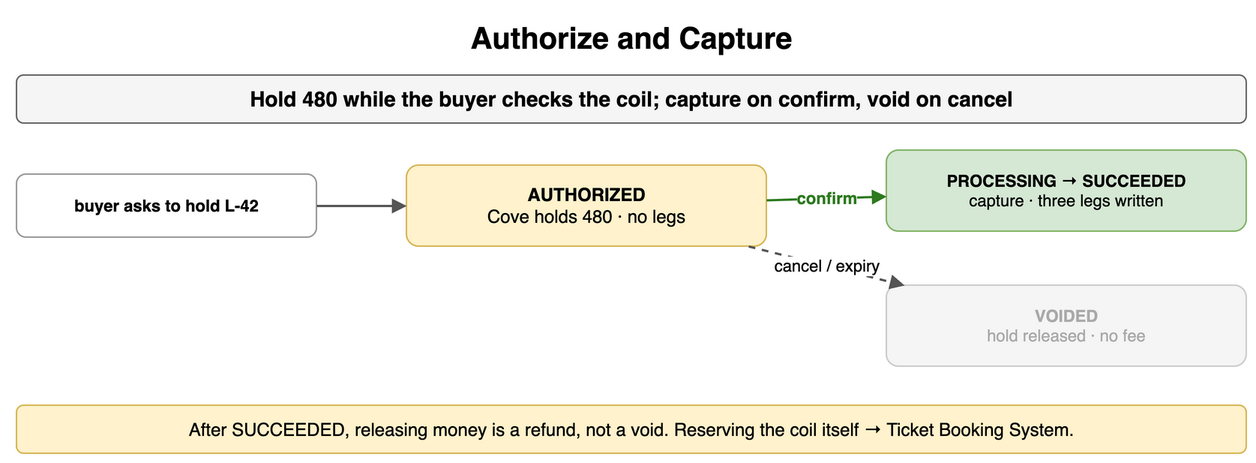
amendez13/swe-study-guide keeps this draw.io diagram as content/09_System_Design_Interview/23_Payment_and_Financial_Systems/diagrams/payments-7-authorize-and-capture.png. Above is the earlier version. Source tidied: cells renumbered, new cells last; positions are measured from the earlier drawing's top-left corner, leaving out a move shared by most shapes.
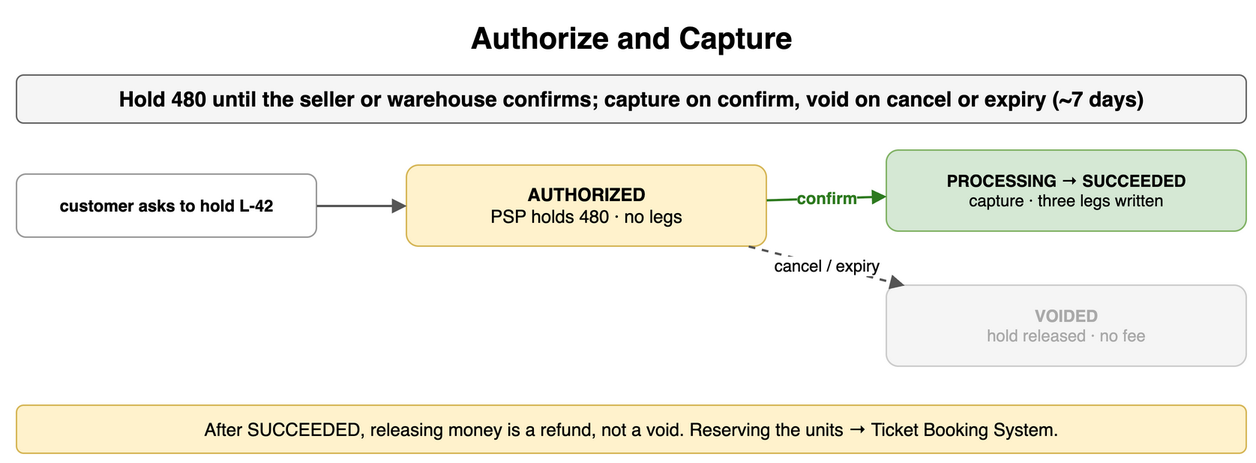
The same diagram one commit later.

Change to the diagram source:
```diff
@@ -5,10 +5,10 @@
     <mxCell id="2" value="Authorize and Capture" style="text;html=1;align=center;verticalAlign=middle;whiteSpace=wrap;fontSize=20;fontStyle=1;" parent="1" vertex="1">
       <mxGeometry width="820" height="30" as="geometry" />
     </mxCell>
-    <mxCell id="3" value="Hold 480 while the buyer checks the coil; capture on confirm, void on cancel" style="rounded=1;whiteSpace=wrap;html=1;fillColor=#f5f5f5;strokeColor=#666666;fontStyle=1;fontSize=14;" parent="1" vertex="1">
+    <mxCell id="3" value="Hold 480 until the seller or warehouse confirms; capture on confirm, void on cancel or expiry (~7 days)" style="rounded=1;whiteSpace=wrap;html=1;fillColor=#f5f5f5;strokeColor=#666666;fontStyle=1;fontSize=14;" parent="1" vertex="1">
       <mxGeometry y="40" width="820" height="32" as="geometry" />
     </mxCell>
-    <mxCell id="4" value="AUTHORIZED&lt;br&gt;&lt;span style='font-weight:normal'&gt;Cove holds 480 · no legs&lt;/span&gt;" style="rounded=1;whiteSpace=wrap;html=1;fillColor=#fff2cc;strokeColor=#d6b656;fontSize=12;align=center;fontStyle=1;" parent="1" vertex="1">
+    <mxCell id="4" value="AUTHORIZED&lt;br&gt;&lt;span style='font-weight:normal'&gt;PSP holds 480 · no legs&lt;/span&gt;" style="rounded=1;whiteSpace=wrap;html=1;fillColor=#fff2cc;strokeColor=#d6b656;fontSize=12;align=center;fontStyle=1;" parent="1" vertex="1">
       <mxGeometry x="260" y="100" width="240" height="54" as="geometry" />
     </mxCell>
     <mxCell id="5" value="PROCESSING → SUCCEEDED&lt;br&gt;&lt;span style='font-weight:normal'&gt;capture · three legs written&lt;/span&gt;" style="rounded=1;whiteSpace=wrap;html=1;fillColor=#d5e8d4;strokeColor=#82b366;fontSize=11;align=center;fontStyle=1;" parent="1" vertex="1">
@@ -17,7 +17,7 @@
     <mxCell id="6" value="VOIDED&lt;br&gt;&lt;span style='font-weight:normal'&gt;hold released · no fee&lt;/span&gt;" style="rounded=1;whiteSpace=wrap;html=1;fillColor=#f5f5f5;strokeColor=#cccccc;fontSize=11;align=center;fontStyle=1;fontColor=#aaaaaa;" parent="1" vertex="1">
       <mxGeometry x="580" y="180" width="240" height="54" as="geometry" />
     </mxCell>
-    <mxCell id="7" value="buyer asks to hold L-42" style="rounded=1;whiteSpace=wrap;html=1;fillColor=#ffffff;strokeColor=#999999;fontSize=11;align=center;fontStyle=1;" parent="1" vertex="1">
+    <mxCell id="7" value="customer asks to hold L-42" style="rounded=1;whiteSpace=wrap;html=1;fillColor=#ffffff;strokeColor=#999999;fontSize=11;align=center;fontStyle=1;" parent="1" vertex="1">
       <mxGeometry y="106" width="200" height="42" as="geometry" />
     </mxCell>
     <mxCell id="8" style="endArrow=block;endSize=6;html=1;strokeWidth=1.5;strokeColor=#555555;fontSize=11;labelBackgroundColor=#ffffff;" parent="1" edge="1" source="7" target="4">
@@ -29,7 +29,7 @@
     <mxCell id="10" value="cancel / expiry" style="endArrow=block;endSize=6;html=1;strokeWidth=1.5;strokeColor=#555555;fontSize=11;labelBackgroundColor=#ffffff;dashed=1;" parent="1" edge="1" source="4" target="6">
       <mxGeometry relative="1" as="geometry" />
     </mxCell>
-    <mxCell id="11" value="After SUCCEEDED, releasing money is a refund, not a void. Reserving the coil itself → Ticket Booking System." style="rounded=1;whiteSpace=wrap;html=1;fillColor=#fff2cc;strokeColor=#d6b656;fontSize=12;align=center;" parent="1" vertex="1">
+    <mxCell id="11" value="After SUCCEEDED, releasing money is a refund, not a void. Reserving the units → Ticket Booking System." style="rounded=1;whiteSpace=wrap;html=1;fillColor=#fff2cc;strokeColor=#d6b656;fontSize=12;align=center;" parent="1" vertex="1">
       <mxGeometry y="260" width="820" height="32" as="geometry" />
     </mxCell>
   </root>
```
